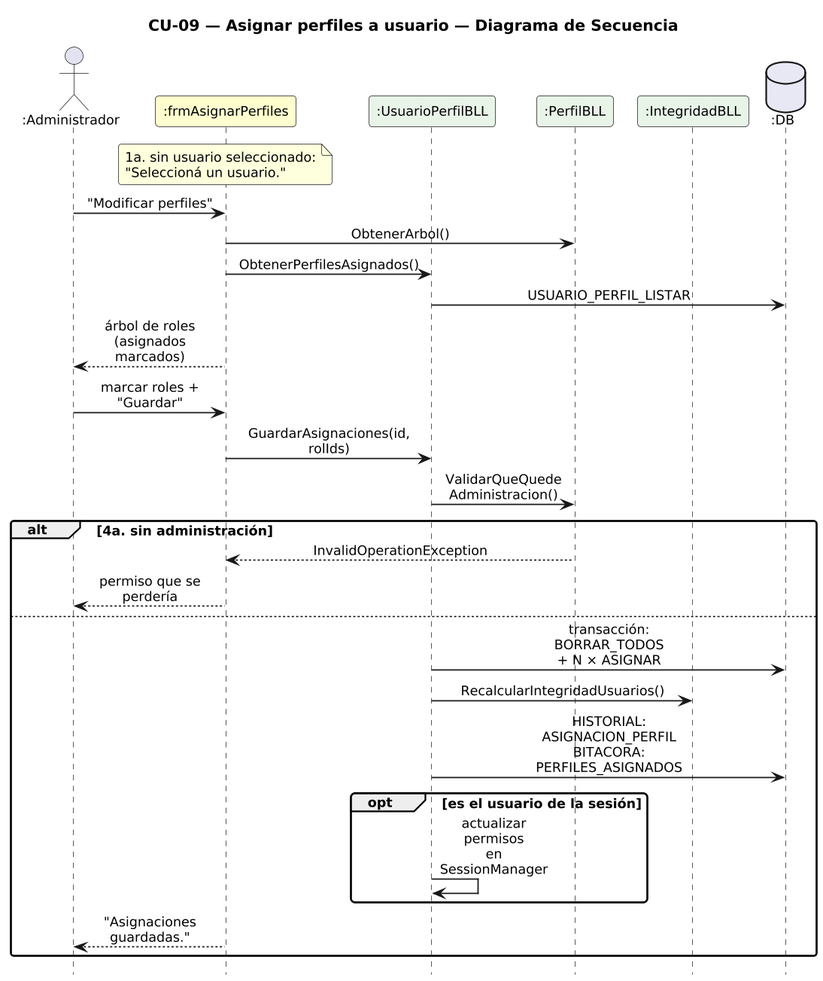
Above: DIAGRAMAS/DiagramaSecuencia_CU09_AsignarPerfiles.png in Urrels/ingenieria_software (PlantUML), before the change.
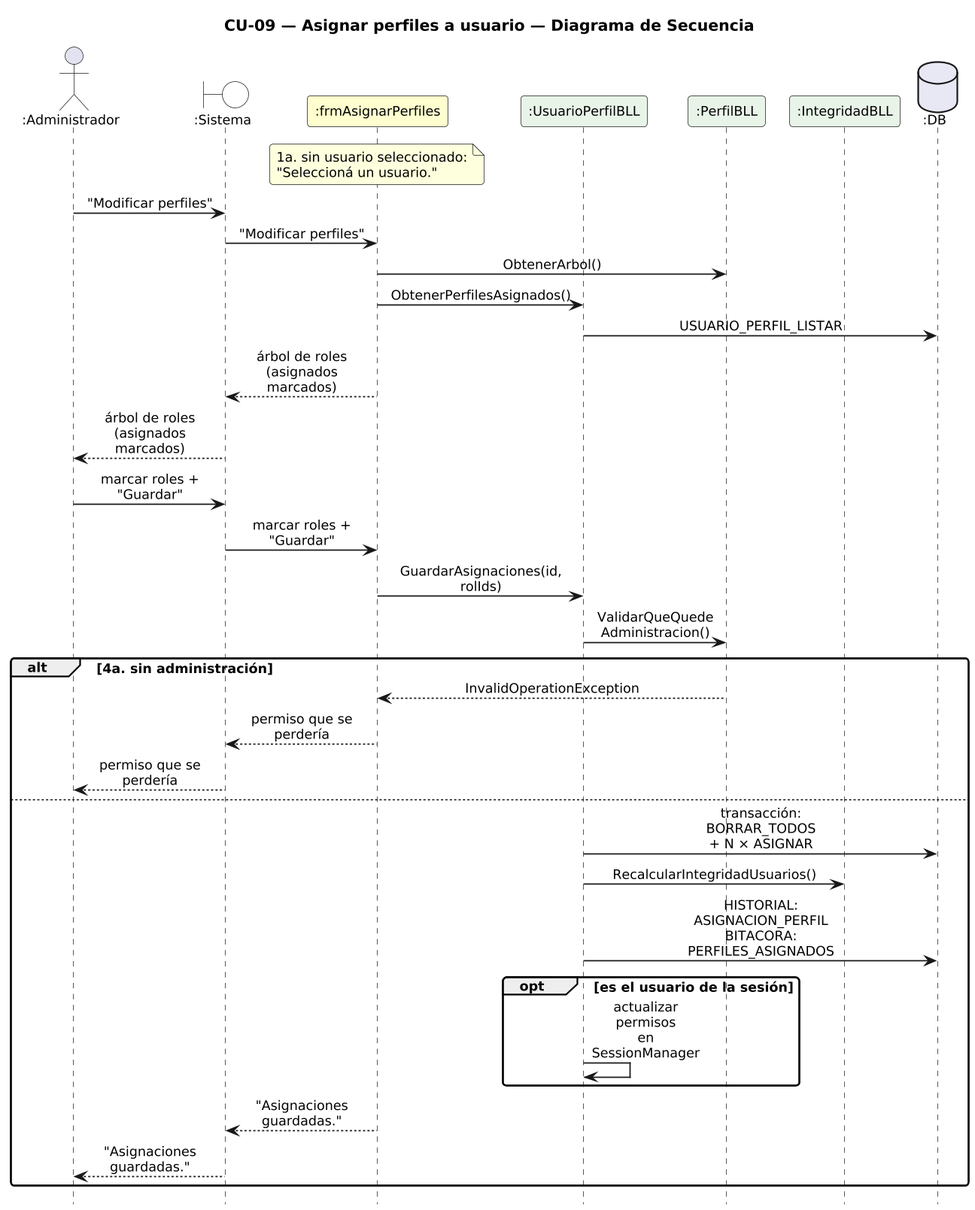
The same file after the commit.

What changed in the source:
```diff
@@ -14,6 +14,7 @@
 hide footbox
 
 actor ":Administrador" as A
+boundary ":Sistema" as SYS #FFFFFF
 participant ":frmAsignarPerfiles" as AP #FEFECE
 participant ":UsuarioPerfilBLL" as UP #E8F4E8
 participant ":PerfilBLL" as PB #E8F4E8
@@ -21,17 +22,21 @@
 database ":DB" as DB #E8E8F4
 
 note over AP : 1a. sin usuario seleccionado:\n"Seleccioná un usuario."
-A -> AP : "Modificar perfiles"
+A -> SYS : "Modificar perfiles"
+SYS -> AP : "Modificar perfiles"
 AP -> PB : ObtenerArbol()
 AP -> UP : ObtenerPerfilesAsignados()
 UP -> DB : USUARIO_PERFIL_LISTAR
-AP --> A : árbol de roles\n(asignados marcados)
-A -> AP : marcar roles + "Guardar"
+AP --> SYS : árbol de roles\n(asignados marcados)
+SYS --> A : árbol de roles\n(asignados marcados)
+A -> SYS : marcar roles + "Guardar"
+SYS -> AP : marcar roles + "Guardar"
 AP -> UP : GuardarAsignaciones(id, rolIds)
 UP -> PB : ValidarQueQuede\nAdministracion()
 alt 4a. sin administración
   PB --> AP : InvalidOperationException
-  AP --> A : permiso que se perdería
+  AP --> SYS : permiso que se perdería
+  SYS --> A : permiso que se perdería
 else
   UP -> DB : transacción: BORRAR_TODOS\n+ N × ASIGNAR
   UP -> I : RecalcularIntegridadUsuarios()
@@ -39,7 +44,8 @@
   opt es el usuario de la sesión
     UP -> UP : actualizar permisos\nen SessionManager
   end
-  AP --> A : "Asignaciones guardadas."
+  AP --> SYS : "Asignaciones guardadas."
+  SYS --> A : "Asignaciones guardadas."
 end
 
 @enduml
```
